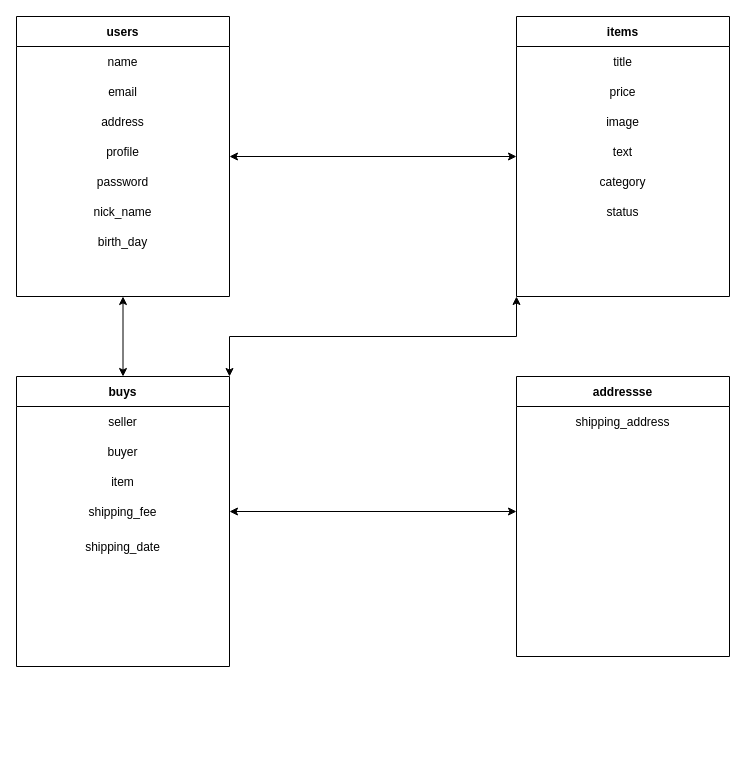
Before: er.dio in hiroforgithub/furima-32590, a draw.io diagram. Source tidied: cells renumbered, new cells numbered last; positions are measured from the earlier drawing's top-left corner, leaving out a move shared by most shapes. Both pictures are drawn from the tidied source at 100%, with x=0, y=0 at pixel (16, 16).
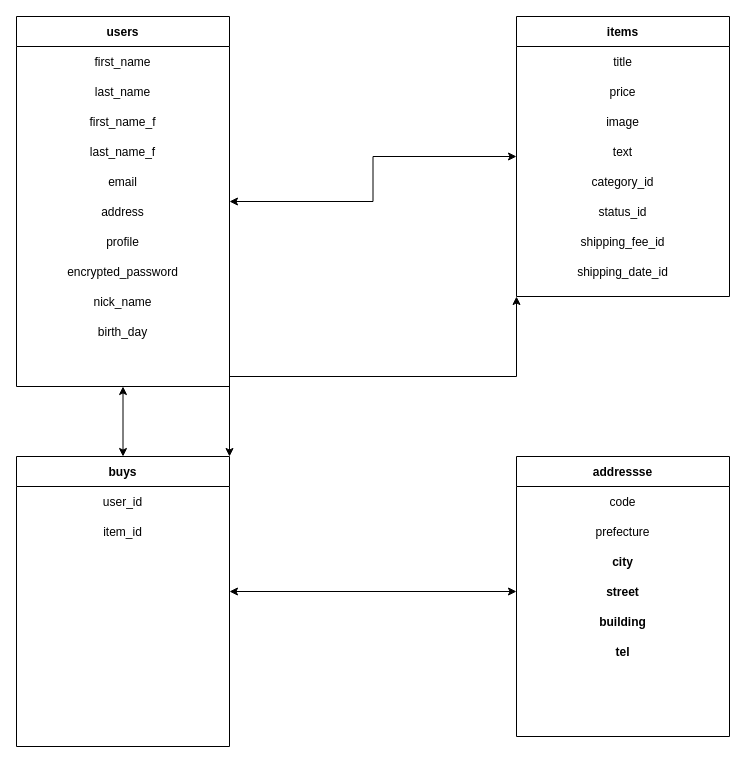
After the change.

Commit message (it also covers changes not shown here):
ER図・README記述（修正①）

Unchanged cells that the change refers to:
```xml
<mxCell id="30" style="shape=partialRectangle;fillColor=none;top=0;left=0;bottom=0;right=0;" parent="21" vertex="1">
  <mxGeometry y="150" width="213" height="30" as="geometry" />
</mxCell>
<mxCell id="32" style="shape=partialRectangle;fillColor=none;top=0;left=0;bottom=0;right=0;" parent="21" vertex="1">
  <mxGeometry y="180" width="213" height="30" as="geometry" />
</mxCell>
<mxCell id="34" style="shape=partialRectangle;fillColor=none;top=0;left=0;bottom=0;right=0;" parent="21" vertex="1">
  <mxGeometry y="210" width="213" height="30" as="geometry" />
</mxCell>
<mxCell id="36" style="shape=partialRectangle;fillColor=none;top=0;left=0;bottom=0;right=0;" parent="21" vertex="1">
  <mxGeometry y="240" width="213" height="30" as="geometry" />
</mxCell>
<mxCell id="39" style="shape=partialRectangle;fillColor=none;top=0;left=0;bottom=0;right=0;" parent="38" vertex="1">
  <mxGeometry y="30" width="213" height="30" as="geometry" />
</mxCell>
<mxCell id="41" style="shape=partialRectangle;fillColor=none;top=0;left=0;bottom=0;right=0;" parent="38" vertex="1">
  <mxGeometry y="60" width="213" height="30" as="geometry" />
</mxCell>
<mxCell id="43" style="shape=partialRectangle;fillColor=none;top=0;left=0;bottom=0;right=0;" parent="38" vertex="1">
  <mxGeometry y="90" width="213" height="30" as="geometry" />
</mxCell>
<mxCell id="45" style="shape=partialRectangle;fillColor=none;top=0;left=0;bottom=0;right=0;points=[[0,0.5],[1,0.5]];portConstraint=eastwest;" parent="38" vertex="1">
  <mxGeometry y="120" width="213" height="30" as="geometry" />
</mxCell>
<mxCell id="47" style="shape=partialRectangle;fillColor=none;top=0;left=0;bottom=0;right=0;" parent="38" vertex="1">
  <mxGeometry y="150" width="213" height="30" as="geometry" />
</mxCell>
<mxCell id="49" style="shape=partialRectangle;fillColor=none;top=0;left=0;bottom=0;right=0;" parent="38" vertex="1">
  <mxGeometry y="180" width="213" height="30" as="geometry" />
</mxCell>
<mxCell id="57" style="shape=partialRectangle;fillColor=none;top=0;left=0;bottom=0;right=0;" parent="56" vertex="1">
  <mxGeometry y="30" width="213" height="30" as="geometry" />
</mxCell>
<mxCell id="59" style="shape=partialRectangle;fillColor=none;top=0;left=0;bottom=0;right=0;" parent="56" vertex="1">
  <mxGeometry y="60" width="213" height="30" as="geometry" />
</mxCell>
<mxCell id="61" style="shape=partialRectangle;fillColor=none;top=0;left=0;bottom=0;right=0;fontStyle=0;" parent="56" vertex="1">
  <mxGeometry y="90" width="213" height="30" as="geometry" />
</mxCell>
<mxCell id="63" style="shape=partialRectangle;fillColor=none;top=0;left=0;bottom=0;right=0;points=[[0,0.5],[1,0.5]];portConstraint=eastwest;" parent="56" vertex="1">
  <mxGeometry y="120" width="213" height="30" as="geometry" />
</mxCell>
<mxCell id="65" style="shape=partialRectangle;fillColor=none;top=0;left=0;bottom=0;right=0;" parent="56" vertex="1">
  <mxGeometry y="150" width="213" height="40" as="geometry" />
</mxCell>
```

The edit, as a diff of the source:
```diff
@@
     <mxCell id="4" value="users" style="shape=table;startSize=30;childLayout=tableLayout;rowLines=0;fontStyle=1;align=center;" parent="1" vertex="1">
-      <mxGeometry width="213" height="280" as="geometry" />
+      <mxGeometry width="213" height="370" as="geometry" />
     </mxCell>
+    <mxCell id="74" style="shape=partialRectangle;fillColor=none;top=0;left=0;bottom=0;right=0;" parent="4" vertex="1">
+      <mxGeometry y="30" width="213" height="30" as="geometry" />
+    </mxCell>
+    <mxCell id="75" value="first_name" style="shape=partialRectangle;fillColor=none;top=0;left=0;bottom=0;right=0;overflow=hidden;align=center;" parent="74" vertex="1">
+      <mxGeometry width="213" height="30" as="geometry" />
+    </mxCell>
+    <mxCell id="76" style="shape=partialRectangle;fillColor=none;top=0;left=0;bottom=0;right=0;" parent="4" vertex="1">
+      <mxGeometry y="60" width="213" height="30" as="geometry" />
+    </mxCell>
+    <mxCell id="77" value="last_name" style="shape=partialRectangle;fillColor=none;top=0;left=0;bottom=0;right=0;overflow=hidden;align=center;" parent="76" vertex="1">
+      <mxGeometry width="213" height="30" as="geometry" />
+    </mxCell>
     <mxCell id="5" style="shape=partialRectangle;fillColor=none;top=0;left=0;bottom=0;right=0;" parent="4" vertex="1">
-      <mxGeometry y="30" width="213" height="30" as="geometry" />
+      <mxGeometry y="90" width="213" height="30" as="geometry" />
     </mxCell>
-    <mxCell id="6" value="name" style="shape=partialRectangle;fillColor=none;top=0;left=0;bottom=0;right=0;overflow=hidden;align=center;" parent="5" vertex="1">
+    <mxCell id="6" value="first_name_f" style="shape=partialRectangle;fillColor=none;top=0;left=0;bottom=0;right=0;overflow=hidden;align=center;" parent="5" vertex="1">
       <mxGeometry width="213" height="30" as="geometry" />
     </mxCell>
+    <mxCell id="78" style="shape=partialRectangle;fillColor=none;top=0;left=0;bottom=0;right=0;" parent="4" vertex="1">
+      <mxGeometry y="120" width="213" height="30" as="geometry" />
+    </mxCell>
+    <mxCell id="79" value="last_name_f" style="shape=partialRectangle;fillColor=none;top=0;left=0;bottom=0;right=0;overflow=hidden;align=center;" parent="78" vertex="1">
+      <mxGeometry width="213" height="30" as="geometry" />
+    </mxCell>
     <mxCell id="7" style="shape=partialRectangle;fillColor=none;top=0;left=0;bottom=0;right=0;" parent="4" vertex="1">
-      <mxGeometry y="60" width="213" height="30" as="geometry" />
+      <mxGeometry y="150" width="213" height="30" as="geometry" />
     </mxCell>
@@
     <mxCell id="9" style="shape=partialRectangle;fillColor=none;top=0;left=0;bottom=0;right=0;" parent="4" vertex="1">
-      <mxGeometry y="90" width="213" height="30" as="geometry" />
+      <mxGeometry y="180" width="213" height="30" as="geometry" />
     </mxCell>
@@
     <mxCell id="11" style="shape=partialRectangle;fillColor=none;top=0;left=0;bottom=0;right=0;" parent="4" vertex="1">
-      <mxGeometry y="120" width="213" height="30" as="geometry" />
+      <mxGeometry y="210" width="213" height="30" as="geometry" />
     </mxCell>
@@
     <mxCell id="13" style="shape=partialRectangle;fillColor=none;top=0;left=0;bottom=0;right=0;" parent="4" vertex="1">
-      <mxGeometry y="150" width="213" height="30" as="geometry" />
+      <mxGeometry y="240" width="213" height="30" as="geometry" />
     </mxCell>
-    <mxCell id="14" value="password" style="shape=partialRectangle;fillColor=none;top=0;left=0;bottom=0;right=0;fontStyle=0;overflow=hidden;" parent="13" vertex="1">
+    <mxCell id="14" value="encrypted_password" style="shape=partialRectangle;fillColor=none;top=0;left=0;bottom=0;right=0;fontStyle=0;overflow=hidden;" parent="13" vertex="1">
       <mxGeometry width="213" height="30" as="geometry" />
     </mxCell>
     <mxCell id="15" style="shape=partialRectangle;fillColor=none;top=0;left=0;bottom=0;right=0;" parent="4" vertex="1">
-      <mxGeometry y="180" width="213" height="30" as="geometry" />
+      <mxGeometry y="270" width="213" height="30" as="geometry" />
     </mxCell>
@@
     <mxCell id="17" style="shape=partialRectangle;fillColor=none;top=0;left=0;bottom=0;right=0;" parent="4" vertex="1">
-      <mxGeometry y="210" width="213" height="30" as="geometry" />
+      <mxGeometry y="300" width="213" height="30" as="geometry" />
     </mxCell>
@@
     <mxCell id="19" style="shape=partialRectangle;fillColor=none;top=0;left=0;bottom=0;right=0;" parent="4" vertex="1">
-      <mxGeometry y="240" width="213" height="30" as="geometry" />
+      <mxGeometry y="330" width="213" height="30" as="geometry" />
     </mxCell>
@@
-    <mxCell id="31" value="category" style="shape=partialRectangle;fillColor=none;top=0;left=0;bottom=0;right=0;fontStyle=0;overflow=hidden;" parent="30" vertex="1">
+    <mxCell id="31" value="category_id" style="shape=partialRectangle;fillColor=none;top=0;left=0;bottom=0;right=0;fontStyle=0;overflow=hidden;" parent="30" vertex="1">
       <mxGeometry width="213" height="30" as="geometry" />
     </mxCell>
@@
-    <mxCell id="33" value="status" style="shape=partialRectangle;fillColor=none;top=0;left=0;bottom=0;right=0;fontStyle=0;overflow=hidden;" parent="32" vertex="1">
+    <mxCell id="33" value="status_id" style="shape=partialRectangle;fillColor=none;top=0;left=0;bottom=0;right=0;fontStyle=0;overflow=hidden;" parent="32" vertex="1">
       <mxGeometry width="213" height="30" as="geometry" />
     </mxCell>
@@
-    <mxCell id="35" style="shape=partialRectangle;fillColor=none;top=0;left=0;bottom=0;right=0;fontStyle=0;overflow=hidden;" parent="34" vertex="1">
+    <mxCell id="35" value="shipping_fee_id" style="shape=partialRectangle;fillColor=none;top=0;left=0;bottom=0;right=0;fontStyle=0;overflow=hidden;" parent="34" vertex="1">
       <mxGeometry width="213" height="30" as="geometry" />
     </mxCell>
@@
-    <mxCell id="37" style="shape=partialRectangle;fillColor=none;top=0;left=0;bottom=0;right=0;fontStyle=0;overflow=hidden;" parent="36" vertex="1">
+    <mxCell id="37" value="shipping_date_id" style="shape=partialRectangle;fillColor=none;top=0;left=0;bottom=0;right=0;fontStyle=0;overflow=hidden;" parent="36" vertex="1">
       <mxGeometry width="213" height="30" as="geometry" />
     </mxCell>
     <mxCell id="38" value="addressse" style="shape=table;startSize=30;childLayout=tableLayout;rowLines=0;fontStyle=1;align=center;" parent="1" vertex="1">
-      <mxGeometry x="500" y="360" width="213" height="280" as="geometry" />
+      <mxGeometry x="500" y="440" width="213" height="280" as="geometry" />
     </mxCell>
@@
-    <mxCell id="40" value="shipping_address" style="shape=partialRectangle;fillColor=none;top=0;left=0;bottom=0;right=0;overflow=hidden;" parent="39" vertex="1">
+    <mxCell id="40" value="code" style="shape=partialRectangle;fillColor=none;top=0;left=0;bottom=0;right=0;overflow=hidden;" parent="39" vertex="1">
       <mxGeometry width="213" height="30" as="geometry" />
     </mxCell>
@@
-    <mxCell id="42" style="shape=partialRectangle;fillColor=none;top=0;left=0;bottom=0;right=0;overflow=hidden;" parent="41" vertex="1">
+    <mxCell id="42" value="prefecture" style="shape=partialRectangle;fillColor=none;top=0;left=0;bottom=0;right=0;overflow=hidden;" parent="41" vertex="1">
       <mxGeometry width="213" height="30" as="geometry" />
     </mxCell>
@@
-    <mxCell id="44" style="shape=partialRectangle;fillColor=none;top=0;left=0;bottom=0;right=0;fontStyle=1;overflow=hidden;" parent="43" vertex="1">
+    <mxCell id="44" value="city" style="shape=partialRectangle;fillColor=none;top=0;left=0;bottom=0;right=0;fontStyle=1;overflow=hidden;" parent="43" vertex="1">
       <mxGeometry width="213" height="30" as="geometry" />
     </mxCell>
@@
-    <mxCell id="46" style="shape=partialRectangle;fillColor=none;top=0;left=0;bottom=0;right=0;fontStyle=1;overflow=hidden;" parent="45" vertex="1">
+    <mxCell id="46" value="street" style="shape=partialRectangle;fillColor=none;top=0;left=0;bottom=0;right=0;fontStyle=1;overflow=hidden;" parent="45" vertex="1">
       <mxGeometry width="213" height="30" as="geometry" />
     </mxCell>
@@
-    <mxCell id="48" style="shape=partialRectangle;fillColor=none;top=0;left=0;bottom=0;right=0;fontStyle=1;overflow=hidden;" parent="47" vertex="1">
+    <mxCell id="48" value="building" style="shape=partialRectangle;fillColor=none;top=0;left=0;bottom=0;right=0;fontStyle=1;overflow=hidden;" parent="47" vertex="1">
       <mxGeometry width="213" height="30" as="geometry" />
     </mxCell>
@@
-    <mxCell id="50" style="shape=partialRectangle;fillColor=none;top=0;left=0;bottom=0;right=0;fontStyle=1;overflow=hidden;" parent="49" vertex="1">
+    <mxCell id="50" value="tel" style="shape=partialRectangle;fillColor=none;top=0;left=0;bottom=0;right=0;fontStyle=1;overflow=hidden;" parent="49" vertex="1">
       <mxGeometry width="213" height="30" as="geometry" />
     </mxCell>
@@
     <mxCell id="56" value="buys" style="shape=table;startSize=30;childLayout=tableLayout;rowLines=0;fontStyle=1;align=center;" parent="1" vertex="1">
-      <mxGeometry y="360" width="213" height="290" as="geometry" />
+      <mxGeometry y="440" width="213" height="290" as="geometry" />
     </mxCell>
@@
-    <mxCell id="58" value="seller" style="shape=partialRectangle;fillColor=none;top=0;left=0;bottom=0;right=0;overflow=hidden;" parent="57" vertex="1">
+    <mxCell id="58" value="user_id" style="shape=partialRectangle;fillColor=none;top=0;left=0;bottom=0;right=0;overflow=hidden;" parent="57" vertex="1">
       <mxGeometry width="213" height="30" as="geometry" />
     </mxCell>
@@
-    <mxCell id="60" value="buyer" style="shape=partialRectangle;fillColor=none;top=0;left=0;bottom=0;right=0;overflow=hidden;" parent="59" vertex="1">
+    <mxCell id="60" value="item_id" style="shape=partialRectangle;fillColor=none;top=0;left=0;bottom=0;right=0;overflow=hidden;" parent="59" vertex="1">
       <mxGeometry width="213" height="30" as="geometry" />
     </mxCell>
@@
-    <mxCell id="62" value="item" style="shape=partialRectangle;fillColor=none;top=0;left=0;bottom=0;right=0;fontStyle=0;overflow=hidden;" parent="61" vertex="1">
+    <mxCell id="62" style="shape=partialRectangle;fillColor=none;top=0;left=0;bottom=0;right=0;fontStyle=0;overflow=hidden;" parent="61" vertex="1">
       <mxGeometry width="213" height="30" as="geometry" />
     </mxCell>
@@
-    <mxCell id="64" value="shipping_fee" style="shape=partialRectangle;fillColor=none;top=0;left=0;bottom=0;right=0;fontStyle=0;overflow=hidden;" parent="63" vertex="1">
+    <mxCell id="64" style="shape=partialRectangle;fillColor=none;top=0;left=0;bottom=0;right=0;fontStyle=0;overflow=hidden;" parent="63" vertex="1">
       <mxGeometry width="213" height="30" as="geometry" />
     </mxCell>
@@
-    <mxCell id="66" value="shipping_date" style="shape=partialRectangle;fillColor=none;top=0;left=0;bottom=0;right=0;fontStyle=0;overflow=hidden;" parent="65" vertex="1">
+    <mxCell id="66" style="shape=partialRectangle;fillColor=none;top=0;left=0;bottom=0;right=0;fontStyle=0;overflow=hidden;" parent="65" vertex="1">
       <mxGeometry width="213" height="40" as="geometry" />
     </mxCell>
```
